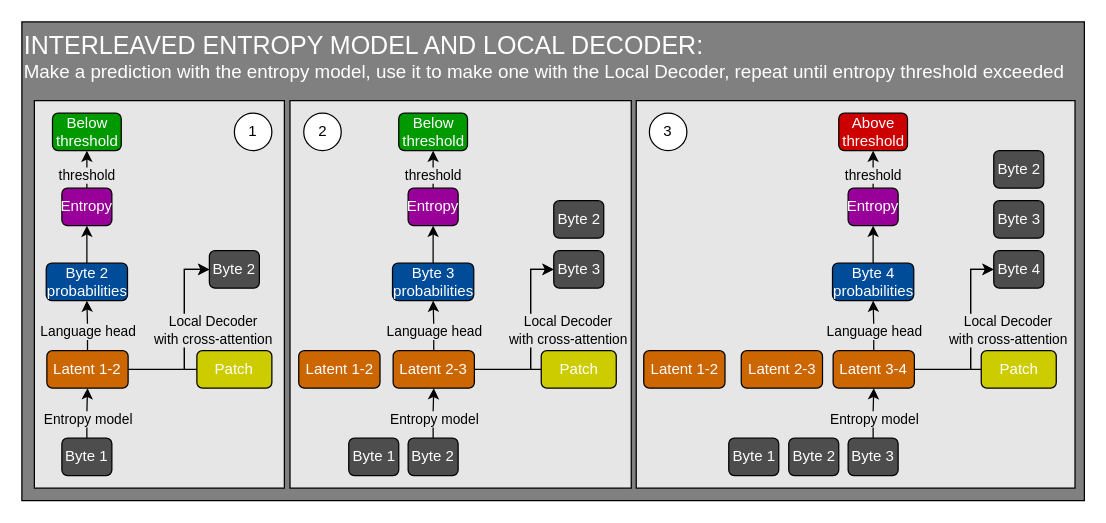
The draw.io diagram contents/byte-latent-transformer/images/LocalDecoderInitilizationInterleaved.drawio in snimu/blog, before the edit. Source tidied: cells renumbered, new cells numbered last; positions are measured from the earlier drawing's top-left corner, leaving out a move shared by most shapes. Both pictures are drawn from the tidied source at 125%, with x=0, y=0 at pixel (21, 21).
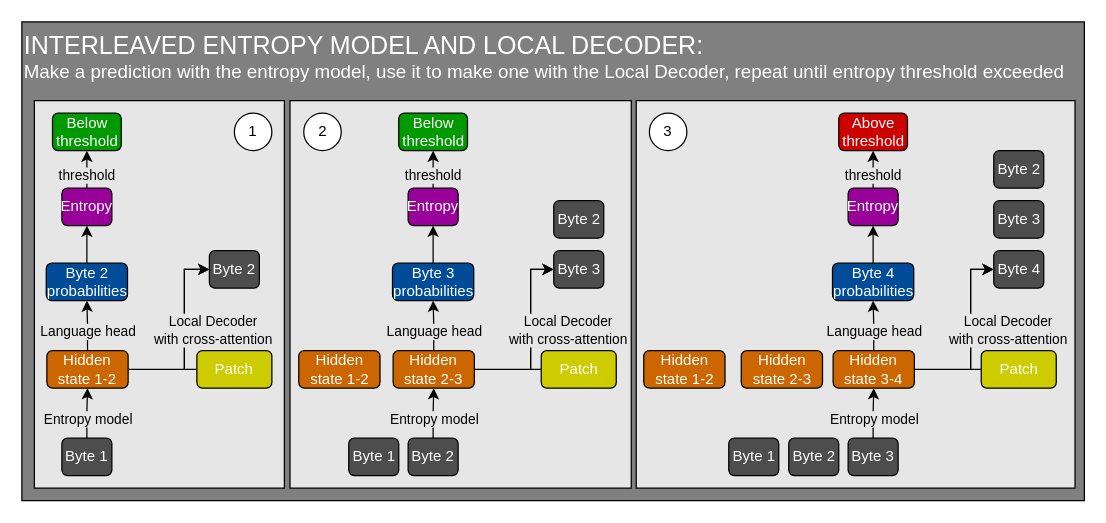
After the change.

Commit message (it also covers changes not shown here):
Byte Latent Transformer: small fixes

Diff of the diagram source:
```diff
@@
-    <mxCell id="12" value="Latent 1-2" style="rounded=1;whiteSpace=wrap;html=1;fontColor=#FFFFFF;fillColor=#CC6600;" parent="1" vertex="1">
+    <mxCell id="12" value="Hidden state&amp;nbsp;1-2" style="rounded=1;whiteSpace=wrap;html=1;fontColor=#FFFFFF;fillColor=#CC6600;" parent="1" vertex="1">
       <mxGeometry x="20" y="263" width="65" height="30" as="geometry" />
     </mxCell>
@@
-    <mxCell id="29" value="Latent 2-3" style="rounded=1;whiteSpace=wrap;html=1;fontColor=#FFFFFF;fillColor=#CC6600;" parent="1" vertex="1">
+    <mxCell id="29" value="Hidden state&amp;nbsp;2-3" style="rounded=1;whiteSpace=wrap;html=1;fontColor=#FFFFFF;fillColor=#CC6600;" parent="1" vertex="1">
       <mxGeometry x="297" y="263" width="65" height="30" as="geometry" />
     </mxCell>
@@
-    <mxCell id="41" value="Latent 1-2" style="rounded=1;whiteSpace=wrap;html=1;fontColor=#FFFFFF;fillColor=#CC6600;" parent="1" vertex="1">
+    <mxCell id="41" value="Hidden state&amp;nbsp;1-2" style="rounded=1;whiteSpace=wrap;html=1;fontColor=#FFFFFF;fillColor=#CC6600;" parent="1" vertex="1">
       <mxGeometry x="221.5" y="263" width="65" height="30" as="geometry" />
     </mxCell>
@@
-    <mxCell id="48" value="Latent 3-4" style="rounded=1;whiteSpace=wrap;html=1;fontColor=#FFFFFF;fillColor=#CC6600;" parent="1" vertex="1">
+    <mxCell id="48" value="Hidden state&amp;nbsp;3-4" style="rounded=1;whiteSpace=wrap;html=1;fontColor=#FFFFFF;fillColor=#CC6600;" parent="1" vertex="1">
       <mxGeometry x="649" y="263" width="65" height="30" as="geometry" />
     </mxCell>
@@
-    <mxCell id="60" value="Latent 1-2" style="rounded=1;whiteSpace=wrap;html=1;fontColor=#FFFFFF;fillColor=#CC6600;" parent="1" vertex="1">
+    <mxCell id="60" value="Hidden state&amp;nbsp;1-2" style="rounded=1;whiteSpace=wrap;html=1;fontColor=#FFFFFF;fillColor=#CC6600;" parent="1" vertex="1">
       <mxGeometry x="497.5" y="263" width="65" height="30" as="geometry" />
     </mxCell>
-    <mxCell id="61" value="Latent 2-3" style="rounded=1;whiteSpace=wrap;html=1;fontColor=#FFFFFF;fillColor=#CC6600;" parent="1" vertex="1">
+    <mxCell id="61" value="Hidden state&amp;nbsp;2-3" style="rounded=1;whiteSpace=wrap;html=1;fontColor=#FFFFFF;fillColor=#CC6600;" parent="1" vertex="1">
       <mxGeometry x="575.5" y="263" width="65" height="30" as="geometry" />
     </mxCell>
```
